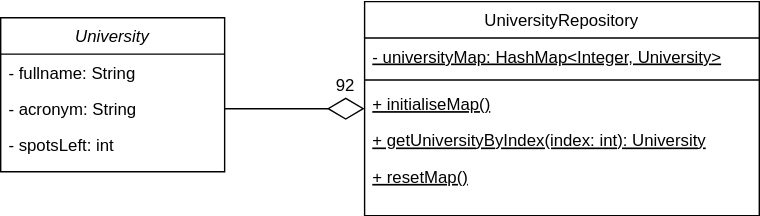
Before: docs/UML_Diagrams/University.drawio.svg, a diagram exported from draw.io (paulktham/tp). Source tidied: cells renumbered, new cells last; positions are measured from the earlier drawing's top-left corner, leaving out a move shared by most shapes. Source of this version:
```xml
<mxGraphModel>
  <root>
    <mxCell id="0" />
    <mxCell id="1" parent="0" />
    <mxCell id="2" value="University" style="swimlane;fontStyle=2;align=center;verticalAlign=top;horizontal=1;startSize=26;rounded=0;shadow=0;strokeWidth=1;" parent="1" vertex="1">
      <mxGeometry y="12" width="160" height="110" as="geometry" />
    </mxCell>
    <mxCell id="3" value="- fullname: String" style="text;align=left;verticalAlign=top;spacingLeft=4;spacingRight=4;overflow=hidden;" parent="2" vertex="1">
      <mxGeometry y="26" width="160" height="26" as="geometry" />
    </mxCell>
    <mxCell id="4" value="- acronym: String" style="text;align=left;verticalAlign=top;spacingLeft=4;spacingRight=4;overflow=hidden;points=[[0,0.5],[1,0.5]];portConstraint=eastwest;rounded=0;shadow=0;html=0;" parent="2" vertex="1">
      <mxGeometry y="52" width="160" height="26" as="geometry" />
    </mxCell>
    <mxCell id="5" value="- spotsLeft: int" style="text;align=left;verticalAlign=top;spacingLeft=4;spacingRight=4;overflow=hidden;rounded=0;shadow=0;html=0;" parent="2" vertex="1">
      <mxGeometry y="78" width="160" height="26" as="geometry" />
    </mxCell>
    <mxCell id="6" value="UniversityRepository" style="swimlane;fontStyle=0;align=center;verticalAlign=top;horizontal=1;startSize=26;rounded=0;shadow=0;strokeWidth=1;" parent="1" vertex="1">
      <mxGeometry x="260" y="0.5" width="282" height="153" as="geometry" />
    </mxCell>
    <mxCell id="7" value="- universityMap: HashMap&lt;Integer, University&gt;" style="text;align=left;verticalAlign=top;spacingLeft=4;spacingRight=4;overflow=hidden;rounded=0;shadow=0;html=0;fontStyle=4;" parent="6" vertex="1">
      <mxGeometry y="26" width="282" height="26" as="geometry" />
    </mxCell>
    <mxCell id="8" style="line;html=1;strokeWidth=1;align=left;verticalAlign=middle;spacingTop=-1;spacingLeft=3;spacingRight=3;labelPosition=right;" parent="6" vertex="1">
      <mxGeometry y="52" width="282" height="8" as="geometry" />
    </mxCell>
    <mxCell id="9" value="+ initialiseMap()" style="text;align=left;verticalAlign=top;spacingLeft=4;spacingRight=4;overflow=hidden;fontStyle=4;" parent="6" vertex="1">
      <mxGeometry y="60" width="282" height="26" as="geometry" />
    </mxCell>
    <mxCell id="10" value="+ getUniversityByIndex(index: int): University" style="text;align=left;verticalAlign=top;spacingLeft=4;spacingRight=4;overflow=hidden;fontStyle=4;" parent="6" vertex="1">
      <mxGeometry y="86" width="282" height="26" as="geometry" />
    </mxCell>
    <mxCell id="11" value="+ resetMap()" style="text;align=left;verticalAlign=top;spacingLeft=4;spacingRight=4;overflow=hidden;fontStyle=4;" parent="6" vertex="1">
      <mxGeometry y="112" width="282" height="26" as="geometry" />
    </mxCell>
    <mxCell id="12" style="endArrow=diamondThin;endFill=0;endSize=24;html=1;rounded=0;exitX=1;exitY=0.5;exitDx=0;exitDy=0;entryX=0;entryY=0.5;entryDx=0;entryDy=0;" parent="1" edge="1" source="4" target="6">
      <mxGeometry relative="1" as="geometry" />
    </mxCell>
    <mxCell id="13" value="92" style="text;html=1;align=center;verticalAlign=middle;strokeColor=none;fillColor=none;" parent="1" vertex="1">
      <mxGeometry x="226" y="46" width="40" height="30" as="geometry" />
    </mxCell>
  </root>
</mxGraphModel>
```
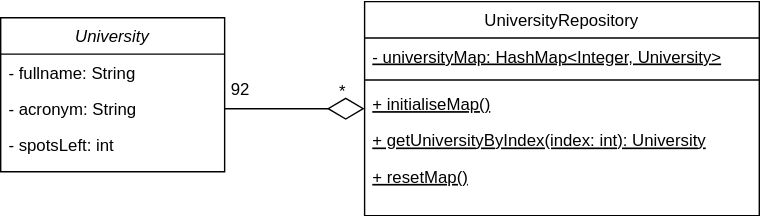
The same file after the commit.

What changed in the source:
```diff
@@ -36,7 +36,10 @@
       <mxGeometry relative="1" as="geometry" />
     </mxCell>
     <mxCell id="13" value="92" style="text;html=1;align=center;verticalAlign=middle;strokeColor=none;fillColor=none;" parent="1" vertex="1">
-      <mxGeometry x="226" y="46" width="40" height="30" as="geometry" />
+      <mxGeometry x="151" y="49" width="40" height="30" as="geometry" />
     </mxCell>
+    <mxCell id="14" value="*" style="text;html=1;align=center;verticalAlign=middle;strokeColor=none;fillColor=none;" parent="1" vertex="1">
+      <mxGeometry x="229" y="50" width="30" height="30" as="geometry" />
+    </mxCell>
   </root>
 </mxGraphModel>
```
